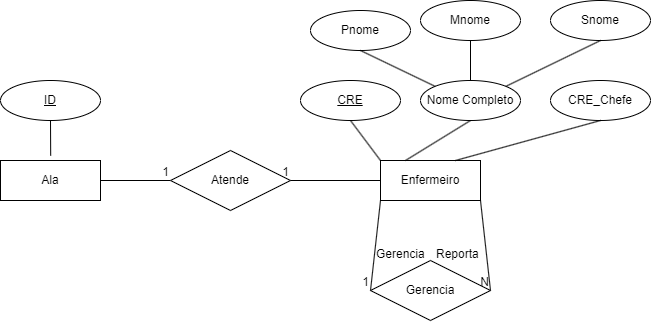
VitorFonseca123/ExerciciosACH2004_BD keeps this draw.io diagram as Exerc1.drawio.png. Above is the earlier version. Source tidied: cells renumbered, new cells last; positions are measured from the earlier drawing's top-left corner, leaving out a move shared by most shapes.
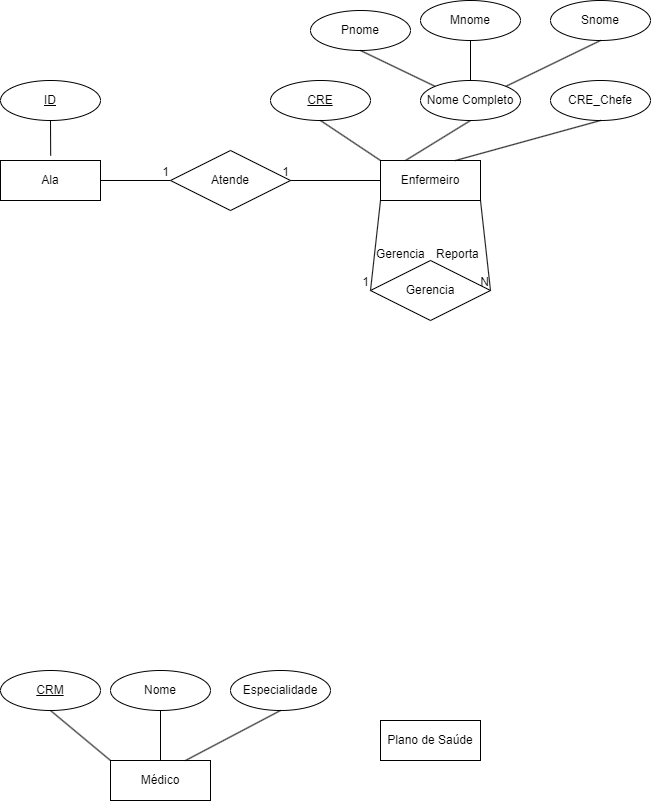
The same diagram one commit later.

Commit message:
Adiciona entidade médico

The edit, as a diff of the source:
```diff
@@ -6,7 +6,7 @@
       <mxGeometry x="380" y="160" width="100" height="40" as="geometry" />
     </mxCell>
     <mxCell id="3" value="CRE" style="ellipse;whiteSpace=wrap;html=1;align=center;fontStyle=4;" parent="1" vertex="1">
-      <mxGeometry x="300" y="80" width="100" height="40" as="geometry" />
+      <mxGeometry x="270" y="80" width="100" height="40" as="geometry" />
     </mxCell>
     <mxCell id="4" style="endArrow=none;html=1;rounded=0;entryX=0;entryY=0;entryDx=0;entryDy=0;exitX=0.5;exitY=1;exitDx=0;exitDy=0;" parent="1" edge="1" source="3" target="2">
       <mxGeometry relative="1" as="geometry" />
@@ -90,5 +90,29 @@
     <mxCell id="29" value="1" style="html=1;whiteSpace=wrap;align=right;verticalAlign=bottom;" parent="28" vertex="1">
       <mxGeometry x="1" relative="1" as="geometry" />
     </mxCell>
+    <mxCell id="30" value="Médico" style="whiteSpace=wrap;html=1;align=center;" parent="1" vertex="1">
+      <mxGeometry x="110" y="760" width="100" height="40" as="geometry" />
+    </mxCell>
+    <mxCell id="31" value="CRM" style="ellipse;whiteSpace=wrap;html=1;align=center;fontStyle=4;" parent="1" vertex="1">
+      <mxGeometry y="670" width="100" height="40" as="geometry" />
+    </mxCell>
+    <mxCell id="32" style="endArrow=none;html=1;rounded=0;exitX=0.5;exitY=1;exitDx=0;exitDy=0;entryX=0;entryY=0;entryDx=0;entryDy=0;" parent="1" edge="1" source="31" target="30">
+      <mxGeometry relative="1" as="geometry" />
+    </mxCell>
+    <mxCell id="33" value="Nome" style="ellipse;whiteSpace=wrap;html=1;align=center;" parent="1" vertex="1">
+      <mxGeometry x="110" y="670" width="100" height="40" as="geometry" />
+    </mxCell>
+    <mxCell id="34" style="endArrow=none;html=1;rounded=0;exitX=0.5;exitY=1;exitDx=0;exitDy=0;entryX=0.5;entryY=0;entryDx=0;entryDy=0;" parent="1" edge="1" source="33" target="30">
+      <mxGeometry relative="1" as="geometry" />
+    </mxCell>
+    <mxCell id="35" value="Especialidade" style="ellipse;whiteSpace=wrap;html=1;align=center;" parent="1" vertex="1">
+      <mxGeometry x="230" y="670" width="100" height="40" as="geometry" />
+    </mxCell>
+    <mxCell id="36" style="endArrow=none;html=1;rounded=0;entryX=0.5;entryY=1;entryDx=0;entryDy=0;exitX=0.75;exitY=0;exitDx=0;exitDy=0;" parent="1" edge="1" source="30" target="35">
+      <mxGeometry relative="1" as="geometry" />
+    </mxCell>
+    <mxCell id="37" value="Plano de Saúde" style="whiteSpace=wrap;html=1;align=center;" parent="1" vertex="1">
+      <mxGeometry x="380" y="720" width="100" height="40" as="geometry" />
+    </mxCell>
   </root>
 </mxGraphModel>
```
